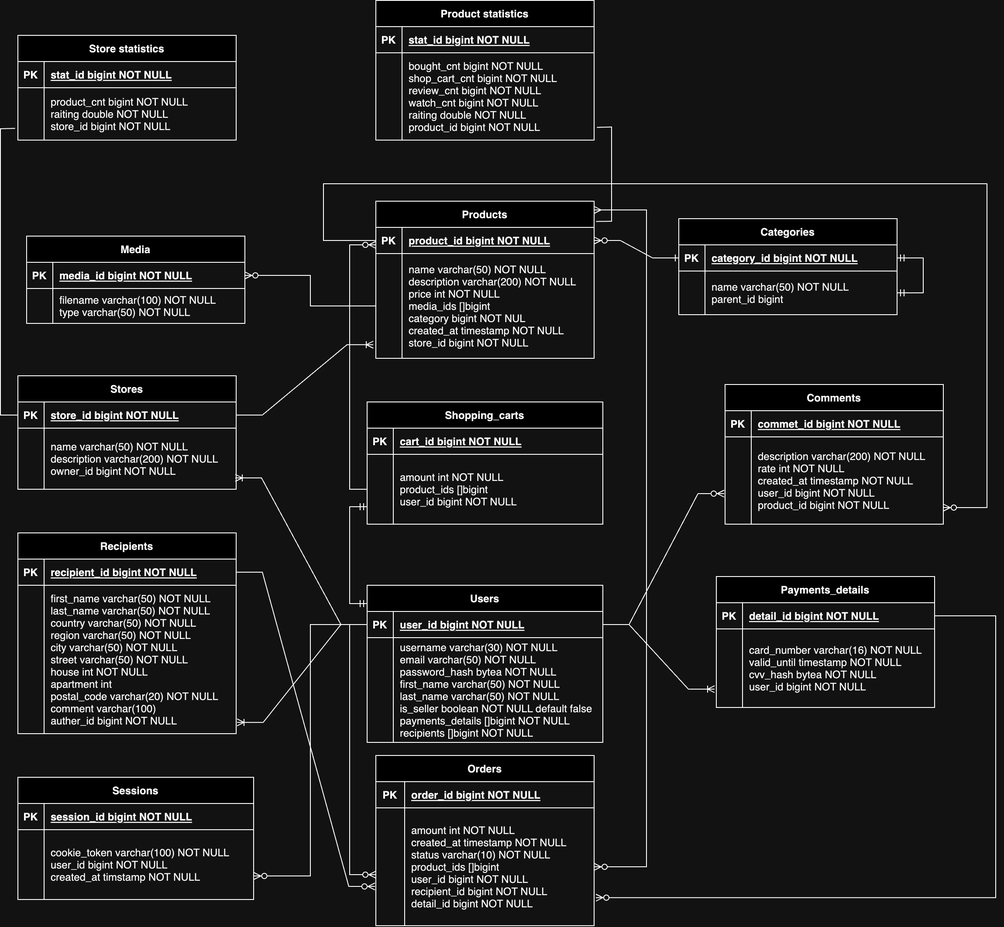
vvinokurshin/HighloadCourseVK keeps this draw.io diagram as img/er.png. Above is the earlier version. Source tidied: cells renumbered, new cells last; positions are measured from the earlier drawing's top-left corner, leaving out a move shared by most shapes.
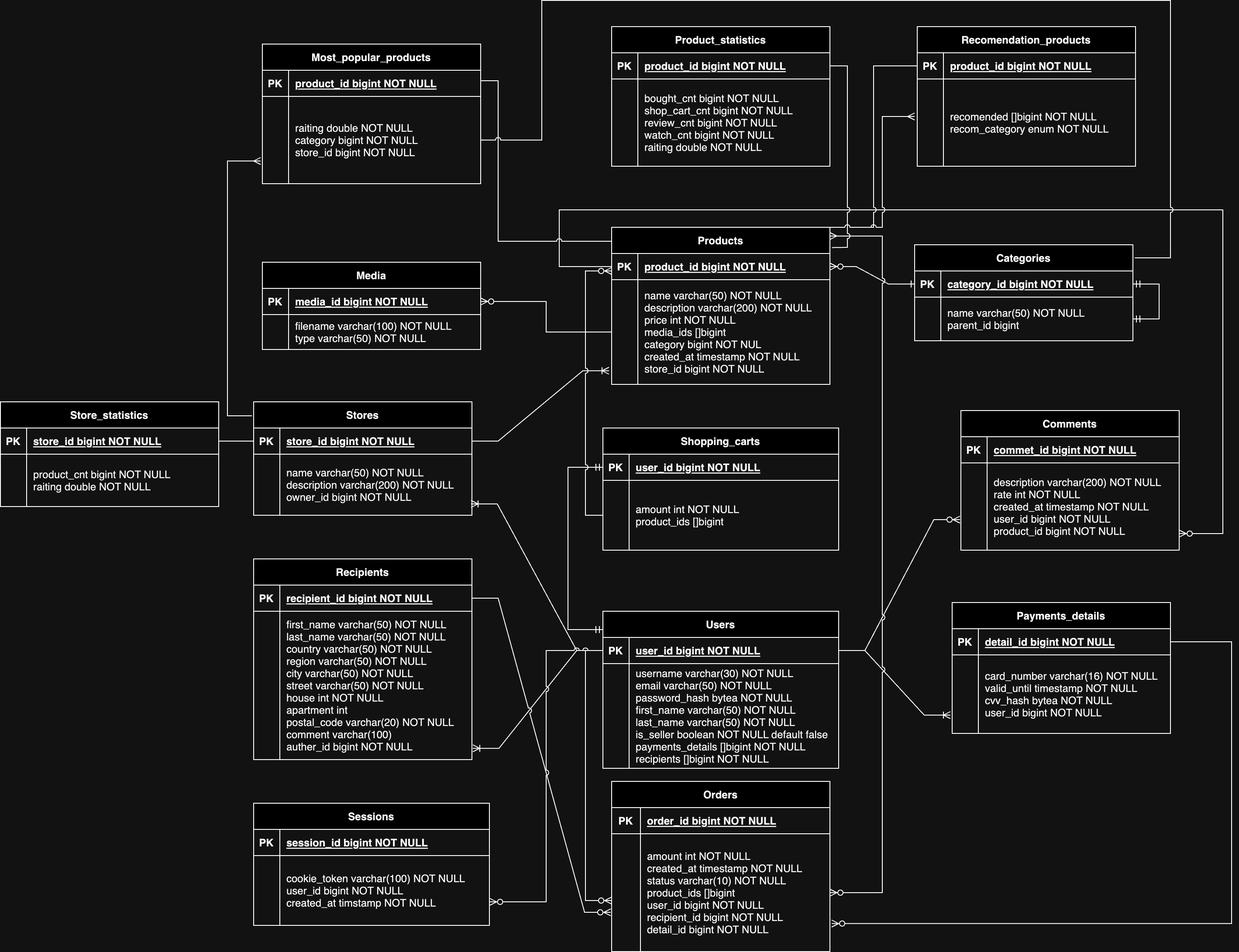
Above is the later version.

Commit message:
added a service of recomendations, updated indexes in physical schema of the database, added a description of the scenario for restoring the master and slave nodes

What changed in the source:
```diff
@@ -155,7 +155,7 @@
     <mxCell id="49" value="amount int NOT NULL&#10;created_at timestamp NOT NULL&#10;status varchar(10) NOT NULL&#10;product_ids []bigint&#10;user_id bigint NOT NULL&#10;recipient_id bigint NOT NULL&#10;detail_id bigint NOT NULL" style="shape=partialRectangle;overflow=hidden;fillColor=none;top=0;left=0;bottom=0;right=0;align=left;spacingLeft=6;" parent="47" vertex="1">
       <mxGeometry x="33" width="217" height="135" as="geometry" />
     </mxCell>
-    <mxCell id="50" style="edgeStyle=entityRelationEdgeStyle;fontSize=12;html=1;endArrow=ERzeroToMany;endFill=1;rounded=0;exitX=1;exitY=0.5;exitDx=0;exitDy=0;entryX=-0.004;entryY=0.667;entryDx=0;entryDy=0;entryPerimeter=0;" parent="1" edge="1" source="3" target="47">
+    <mxCell id="50" style="edgeStyle=entityRelationEdgeStyle;fontSize=12;html=1;endArrow=ERzeroToMany;endFill=1;rounded=0;exitX=1;exitY=0.5;exitDx=0;exitDy=0;entryX=-0.004;entryY=0.667;entryDx=0;entryDy=0;entryPerimeter=0;jumpStyle=arc;" parent="1" edge="1" source="3" target="47">
       <mxGeometry relative="1" as="geometry" />
     </mxCell>
     <mxCell id="51" value="Users" style="shape=table;startSize=30;rowLines=0;fontStyle=1;align=center;" parent="1" vertex="1">
@@ -211,7 +211,7 @@
         </Array>
       </mxGeometry>
     </mxCell>
-    <mxCell id="66" style="edgeStyle=orthogonalEdgeStyle;rounded=0;jettySize=auto;html=1;startArrow=ERzeroToMany;startFill=0;endArrow=ERmany;endFill=0;" parent="1" edge="1" source="47">
+    <mxCell id="66" style="edgeStyle=orthogonalEdgeStyle;rounded=0;jettySize=auto;html=1;startArrow=ERzeroToMany;startFill=0;endArrow=ERmany;endFill=0;jumpStyle=arc;" parent="1" edge="1" source="47">
       <mxGeometry relative="1" as="geometry">
         <mxPoint x="680" y="240" as="targetPoint" />
         <Array as="points">
@@ -251,7 +251,7 @@
     <mxCell id="72" value="PK" style="shape=partialRectangle;overflow=hidden;fillColor=none;top=0;left=0;bottom=0;right=0;fontStyle=1;" parent="71" vertex="1">
       <mxGeometry width="30" height="30" as="geometry" />
     </mxCell>
-    <mxCell id="73" value="cart_id bigint NOT NULL " style="shape=partialRectangle;overflow=hidden;fillColor=none;top=0;left=0;bottom=0;right=0;align=left;spacingLeft=6;fontStyle=5;" parent="71" vertex="1">
+    <mxCell id="73" value="user_id bigint NOT NULL " style="shape=partialRectangle;overflow=hidden;fillColor=none;top=0;left=0;bottom=0;right=0;align=left;spacingLeft=6;fontStyle=5;" parent="71" vertex="1">
       <mxGeometry x="30" width="240" height="30" as="geometry" />
     </mxCell>
     <mxCell id="74" style="shape=partialRectangle;fillColor=none;points=[[0,0.5],[1,0.5]];portConstraint=eastwest;top=0;left=0;right=0;bottom=0;" parent="70" vertex="1">
@@ -260,18 +260,18 @@
     <mxCell id="75" style="shape=partialRectangle;overflow=hidden;fillColor=none;top=0;left=0;bottom=0;right=0;" parent="74" vertex="1">
       <mxGeometry width="30" height="80" as="geometry" />
     </mxCell>
-    <mxCell id="76" value="amount int NOT NULL&#10;product_ids []bigint&#10;user_id bigint NOT NULL" style="shape=partialRectangle;overflow=hidden;fillColor=none;top=0;left=0;bottom=0;right=0;align=left;spacingLeft=6;" parent="74" vertex="1">
+    <mxCell id="76" value="amount int NOT NULL&#10;product_ids []bigint" style="shape=partialRectangle;overflow=hidden;fillColor=none;top=0;left=0;bottom=0;right=0;align=left;spacingLeft=6;" parent="74" vertex="1">
       <mxGeometry x="30" width="240" height="80" as="geometry" />
     </mxCell>
-    <mxCell id="77" style="edgeStyle=orthogonalEdgeStyle;rounded=0;jettySize=auto;html=1;endArrow=ERmandOne;endFill=0;startArrow=ERmandOne;startFill=0;" parent="1" edge="1" source="74" target="51">
+    <mxCell id="77" style="edgeStyle=orthogonalEdgeStyle;rounded=0;jettySize=auto;html=1;endArrow=ERmandOne;endFill=0;startArrow=ERmandOne;startFill=0;exitX=0;exitY=0.5;exitDx=0;exitDy=0;" parent="1" edge="1" source="71" target="51">
       <mxGeometry relative="1" as="geometry">
         <Array as="points">
-          <mxPoint x="400" y="580" />
-          <mxPoint x="400" y="691" />
+          <mxPoint x="380" y="505" />
+          <mxPoint x="380" y="691" />
         </Array>
       </mxGeometry>
     </mxCell>
-    <mxCell id="78" style="edgeStyle=orthogonalEdgeStyle;rounded=0;jettySize=auto;html=1;endArrow=ERzeroToMany;endFill=0;" parent="1" edge="1" source="74">
+    <mxCell id="78" style="edgeStyle=orthogonalEdgeStyle;rounded=0;jettySize=auto;html=1;endArrow=ERzeroToMany;endFill=0;jumpStyle=arc;" parent="1" edge="1" source="74">
       <mxGeometry relative="1" as="geometry">
         <mxPoint x="430" y="280" as="targetPoint" />
         <Array as="points">
@@ -325,10 +325,10 @@
     <mxCell id="93" value="cookie_token varchar(100) NOT NULL&#10;user_id bigint NOT NULL&#10;created_at timstamp NOT NULL" style="shape=partialRectangle;overflow=hidden;fillColor=none;top=0;left=0;bottom=0;right=0;align=left;spacingLeft=6;" parent="91" vertex="1">
       <mxGeometry x="30" width="240" height="80" as="geometry" />
     </mxCell>
-    <mxCell id="94" style="edgeStyle=orthogonalEdgeStyle;rounded=0;jettySize=auto;html=1;entryX=1.001;entryY=0.663;entryDx=0;entryDy=0;entryPerimeter=0;endArrow=ERzeroToMany;endFill=0;exitX=0;exitY=0.5;exitDx=0;exitDy=0;" parent="1" edge="1" source="52" target="91">
+    <mxCell id="94" style="edgeStyle=orthogonalEdgeStyle;rounded=0;jettySize=auto;html=1;entryX=1.001;entryY=0.663;entryDx=0;entryDy=0;entryPerimeter=0;endArrow=ERzeroToMany;endFill=0;exitX=0;exitY=0.5;exitDx=0;exitDy=0;jumpStyle=arc;" parent="1" edge="1" source="52" target="91">
       <mxGeometry relative="1" as="geometry" />
     </mxCell>
-    <mxCell id="95" value="Product statistics" style="shape=table;startSize=30;rowLines=0;fontStyle=1;align=center;" parent="1" vertex="1">
+    <mxCell id="95" value="Product_statistics" style="shape=table;startSize=30;rowLines=0;fontStyle=1;align=center;" parent="1" vertex="1">
       <mxGeometry x="430" width="250" height="160" as="geometry" />
     </mxCell>
     <mxCell id="96" style="shape=partialRectangle;fillColor=none;points=[[0,0.5],[1,0.5]];portConstraint=eastwest;top=0;left=0;right=0;bottom=1;" parent="95" vertex="1">
@@ -337,7 +337,7 @@
     <mxCell id="97" value="PK" style="shape=partialRectangle;overflow=hidden;fillColor=none;top=0;left=0;bottom=0;right=0;fontStyle=1;" parent="96" vertex="1">
       <mxGeometry width="30" height="30" as="geometry" />
     </mxCell>
-    <mxCell id="98" value="stat_id bigint NOT NULL " style="shape=partialRectangle;overflow=hidden;fillColor=none;top=0;left=0;bottom=0;right=0;align=left;spacingLeft=6;fontStyle=5;" parent="96" vertex="1">
+    <mxCell id="98" value="product_id bigint NOT NULL " style="shape=partialRectangle;overflow=hidden;fillColor=none;top=0;left=0;bottom=0;right=0;align=left;spacingLeft=6;fontStyle=5;" parent="96" vertex="1">
       <mxGeometry x="30" width="220" height="30" as="geometry" />
     </mxCell>
     <mxCell id="99" style="shape=partialRectangle;fillColor=none;points=[[0,0.5],[1,0.5]];portConstraint=eastwest;top=0;left=0;right=0;bottom=0;" parent="95" vertex="1">
@@ -346,11 +346,11 @@
     <mxCell id="100" style="shape=partialRectangle;overflow=hidden;fillColor=none;top=0;left=0;bottom=0;right=0;" parent="99" vertex="1">
       <mxGeometry width="30" height="100" as="geometry" />
     </mxCell>
-    <mxCell id="101" value="bought_cnt bigint NOT NULL&#10;shop_cart_cnt bigint NOT NULL&#10;review_cnt bigint NOT NULL&#10;watch_cnt bigint NOT NULL&#10;raiting double NOT NULL&#10;product_id bigint NOT NULL" style="shape=partialRectangle;overflow=hidden;fillColor=none;top=0;left=0;bottom=0;right=0;align=left;spacingLeft=6;" parent="99" vertex="1">
+    <mxCell id="101" value="bought_cnt bigint NOT NULL&#10;shop_cart_cnt bigint NOT NULL&#10;review_cnt bigint NOT NULL&#10;watch_cnt bigint NOT NULL&#10;raiting double NOT NULL" style="shape=partialRectangle;overflow=hidden;fillColor=none;top=0;left=0;bottom=0;right=0;align=left;spacingLeft=6;" parent="99" vertex="1">
       <mxGeometry x="30" width="220" height="100" as="geometry" />
     </mxCell>
-    <mxCell id="102" value="Store statistics" style="shape=table;startSize=30;rowLines=0;fontStyle=1;align=center;" parent="1" vertex="1">
-      <mxGeometry x="20" y="40" width="250" height="120" as="geometry" />
+    <mxCell id="102" value="Store_statistics" style="shape=table;startSize=30;rowLines=0;fontStyle=1;align=center;" parent="1" vertex="1">
+      <mxGeometry x="-270" y="430" width="250" height="120" as="geometry" />
     </mxCell>
     <mxCell id="103" style="shape=partialRectangle;fillColor=none;points=[[0,0.5],[1,0.5]];portConstraint=eastwest;top=0;left=0;right=0;bottom=1;" parent="102" vertex="1">
       <mxGeometry y="30" width="250" height="30" as="geometry" />
@@ -358,7 +358,7 @@
     <mxCell id="104" value="PK" style="shape=partialRectangle;overflow=hidden;fillColor=none;top=0;left=0;bottom=0;right=0;fontStyle=1;" parent="103" vertex="1">
       <mxGeometry width="30" height="30" as="geometry" />
     </mxCell>
-    <mxCell id="105" value="stat_id bigint NOT NULL " style="shape=partialRectangle;overflow=hidden;fillColor=none;top=0;left=0;bottom=0;right=0;align=left;spacingLeft=6;fontStyle=5;" parent="103" vertex="1">
+    <mxCell id="105" value="store_id bigint NOT NULL " style="shape=partialRectangle;overflow=hidden;fillColor=none;top=0;left=0;bottom=0;right=0;align=left;spacingLeft=6;fontStyle=5;" parent="103" vertex="1">
       <mxGeometry x="30" width="220" height="30" as="geometry" />
     </mxCell>
     <mxCell id="106" style="shape=partialRectangle;fillColor=none;points=[[0,0.5],[1,0.5]];portConstraint=eastwest;top=0;left=0;right=0;bottom=0;" parent="102" vertex="1">
@@ -367,24 +367,108 @@
     <mxCell id="107" style="shape=partialRectangle;overflow=hidden;fillColor=none;top=0;left=0;bottom=0;right=0;" parent="106" vertex="1">
       <mxGeometry width="30" height="60" as="geometry" />
     </mxCell>
-    <mxCell id="108" value="product_cnt bigint NOT NULL&#10;raiting double NOT NULL&#10;store_id bigint NOT NULL" style="shape=partialRectangle;overflow=hidden;fillColor=none;top=0;left=0;bottom=0;right=0;align=left;spacingLeft=6;" parent="106" vertex="1">
+    <mxCell id="108" value="product_cnt bigint NOT NULL&#10;raiting double NOT NULL" style="shape=partialRectangle;overflow=hidden;fillColor=none;top=0;left=0;bottom=0;right=0;align=left;spacingLeft=6;" parent="106" vertex="1">
       <mxGeometry x="30" width="220" height="60" as="geometry" />
     </mxCell>
-    <mxCell id="109" style="endArrow=none;html=1;rounded=0;entryX=1.013;entryY=0.854;entryDx=0;entryDy=0;entryPerimeter=0;exitX=1.009;exitY=0.129;exitDx=0;exitDy=0;exitPerimeter=0;" parent="1" edge="1" source="23" target="99">
+    <mxCell id="109" style="endArrow=none;html=1;rounded=0;entryX=1;entryY=0.5;entryDx=0;entryDy=0;exitX=1.009;exitY=0.129;exitDx=0;exitDy=0;exitPerimeter=0;jumpStyle=arc;" parent="1" edge="1" source="23" target="96">
       <mxGeometry relative="1" as="geometry">
         <Array as="points">
           <mxPoint x="700" y="253" />
-          <mxPoint x="700" y="145" />
+          <mxPoint x="700" y="45" />
         </Array>
       </mxGeometry>
     </mxCell>
-    <mxCell id="110" style="endArrow=none;html=1;rounded=0;exitX=0;exitY=0.5;exitDx=0;exitDy=0;entryX=-0.013;entryY=0.776;entryDx=0;entryDy=0;entryPerimeter=0;" parent="1" edge="1" source="17" target="106">
+    <mxCell id="110" style="endArrow=none;html=1;rounded=0;exitX=0;exitY=0.5;exitDx=0;exitDy=0;entryX=1;entryY=0.5;entryDx=0;entryDy=0;" parent="1" edge="1" source="17" target="103">
       <mxGeometry relative="1" as="geometry">
         <Array as="points">
           <mxPoint y="475" />
-          <mxPoint y="147" />
         </Array>
       </mxGeometry>
     </mxCell>
+    <mxCell id="111" value="Most_popular_products" style="shape=table;startSize=30;rowLines=0;fontStyle=1;align=center;" parent="1" vertex="1">
+      <mxGeometry x="30" y="20" width="250" height="160" as="geometry" />
+    </mxCell>
+    <mxCell id="112" style="shape=partialRectangle;fillColor=none;top=0;left=0;right=0;bottom=1;" parent="111" vertex="1">
+      <mxGeometry y="30" width="250" height="30" as="geometry" />
+    </mxCell>
+    <mxCell id="113" value="PK" style="shape=partialRectangle;overflow=hidden;fillColor=none;top=0;left=0;bottom=0;right=0;fontStyle=1;" parent="112" vertex="1">
+      <mxGeometry width="30" height="30" as="geometry" />
+    </mxCell>
+    <mxCell id="114" value="product_id bigint NOT NULL " style="shape=partialRectangle;overflow=hidden;fillColor=none;top=0;left=0;bottom=0;right=0;align=left;spacingLeft=6;fontStyle=5;" parent="112" vertex="1">
+      <mxGeometry x="30" width="220" height="30" as="geometry" />
+    </mxCell>
+    <mxCell id="115" style="shape=partialRectangle;fillColor=none;points=[[0,0.5],[1,0.5]];portConstraint=eastwest;top=0;left=0;right=0;bottom=0;" parent="111" vertex="1">
+      <mxGeometry y="60" width="250" height="100" as="geometry" />
+    </mxCell>
+    <mxCell id="116" style="shape=partialRectangle;overflow=hidden;fillColor=none;top=0;left=0;bottom=0;right=0;" parent="115" vertex="1">
+      <mxGeometry width="30" height="100" as="geometry" />
+    </mxCell>
+    <mxCell id="117" value="raiting double NOT NULL&#10;category bigint NOT NULL&#10;store_id bigint NOT NULL" style="shape=partialRectangle;overflow=hidden;fillColor=none;top=0;left=0;bottom=0;right=0;align=left;spacingLeft=6;" parent="115" vertex="1">
+      <mxGeometry x="30" width="220" height="100" as="geometry" />
+    </mxCell>
+    <mxCell id="118" value="Recomendation_products" style="shape=table;startSize=30;rowLines=0;fontStyle=1;align=center;" parent="1" vertex="1">
+      <mxGeometry x="780" width="250" height="160" as="geometry" />
+    </mxCell>
+    <mxCell id="119" style="shape=partialRectangle;fillColor=none;points=[[0,0.5],[1,0.5]];portConstraint=eastwest;top=0;left=0;right=0;bottom=1;" parent="118" vertex="1">
+      <mxGeometry y="30" width="250" height="30" as="geometry" />
+    </mxCell>
+    <mxCell id="120" value="PK" style="shape=partialRectangle;overflow=hidden;fillColor=none;top=0;left=0;bottom=0;right=0;fontStyle=1;" parent="119" vertex="1">
+      <mxGeometry width="30" height="30" as="geometry" />
+    </mxCell>
+    <mxCell id="121" value="product_id bigint NOT NULL " style="shape=partialRectangle;overflow=hidden;fillColor=none;top=0;left=0;bottom=0;right=0;align=left;spacingLeft=6;fontStyle=5;" parent="119" vertex="1">
+      <mxGeometry x="30" width="220" height="30" as="geometry" />
+    </mxCell>
+    <mxCell id="122" style="shape=partialRectangle;fillColor=none;points=[[0,0.5],[1,0.5]];portConstraint=eastwest;top=0;left=0;right=0;bottom=0;" parent="118" vertex="1">
+      <mxGeometry y="60" width="250" height="100" as="geometry" />
+    </mxCell>
+    <mxCell id="123" style="shape=partialRectangle;overflow=hidden;fillColor=none;top=0;left=0;bottom=0;right=0;" parent="122" vertex="1">
+      <mxGeometry width="30" height="100" as="geometry" />
+    </mxCell>
+    <mxCell id="124" value="recomended []bigint NOT NULL&#10;recom_category enum NOT NULL" style="shape=partialRectangle;overflow=hidden;fillColor=none;top=0;left=0;bottom=0;right=0;align=left;spacingLeft=6;" parent="122" vertex="1">
+      <mxGeometry x="30" width="220" height="100" as="geometry" />
+    </mxCell>
+    <mxCell id="125" style="endArrow=none;html=1;rounded=0;entryX=1;entryY=0.5;entryDx=0;entryDy=0;exitX=0;exitY=0.089;exitDx=0;exitDy=0;exitPerimeter=0;jumpStyle=arc;" parent="1" edge="1" source="23">
+      <mxGeometry relative="1" as="geometry">
+        <mxPoint x="280" y="62" as="targetPoint" />
+        <Array as="points">
+          <mxPoint x="300" y="246" />
+          <mxPoint x="300" y="62" />
+        </Array>
+      </mxGeometry>
+    </mxCell>
+    <mxCell id="126" style="endArrow=ERmany;html=1;rounded=0;entryX=-0.008;entryY=0.74;entryDx=0;entryDy=0;exitX=-0.008;exitY=0.123;exitDx=0;exitDy=0;exitPerimeter=0;entryPerimeter=0;endFill=0;" parent="1" edge="1" source="16" target="115">
+      <mxGeometry relative="1" as="geometry">
+        <Array as="points">
+          <mxPoint x="-10" y="446" />
+          <mxPoint x="-10" y="154" />
+        </Array>
+      </mxGeometry>
+    </mxCell>
+    <mxCell id="127" style="endArrow=none;html=1;rounded=0;exitX=1;exitY=0;exitDx=0;exitDy=0;entryX=0;entryY=0.5;entryDx=0;entryDy=0;jumpStyle=arc;" parent="1" edge="1" source="23" target="119">
+      <mxGeometry relative="1" as="geometry">
+        <Array as="points">
+          <mxPoint x="730" y="230" />
+          <mxPoint x="730" y="45" />
+        </Array>
+      </mxGeometry>
+    </mxCell>
+    <mxCell id="128" style="endArrow=ERmany;html=1;rounded=0;exitX=1;exitY=0;exitDx=0;exitDy=0;entryX=-0.012;entryY=0.43;entryDx=0;entryDy=0;entryPerimeter=0;jumpStyle=arc;endFill=0;" parent="1" edge="1" source="23" target="122">
+      <mxGeometry relative="1" as="geometry">
+        <Array as="points">
+          <mxPoint x="740" y="230" />
+          <mxPoint x="740" y="103" />
+        </Array>
+      </mxGeometry>
+    </mxCell>
+    <mxCell id="129" style="endArrow=none;html=1;rounded=0;entryX=1;entryY=0.5;entryDx=0;entryDy=0;exitX=1.008;exitY=0.136;exitDx=0;exitDy=0;exitPerimeter=0;jumpStyle=arc;" parent="1" edge="1" source="30" target="115">
+      <mxGeometry relative="1" as="geometry">
+        <Array as="points">
+          <mxPoint x="1070" y="265" />
+          <mxPoint x="1070" y="-30" />
+          <mxPoint x="350" y="-30" />
+          <mxPoint x="350" y="130" />
+        </Array>
+      </mxGeometry>
+    </mxCell>
   </root>
 </mxGraphModel>
```
